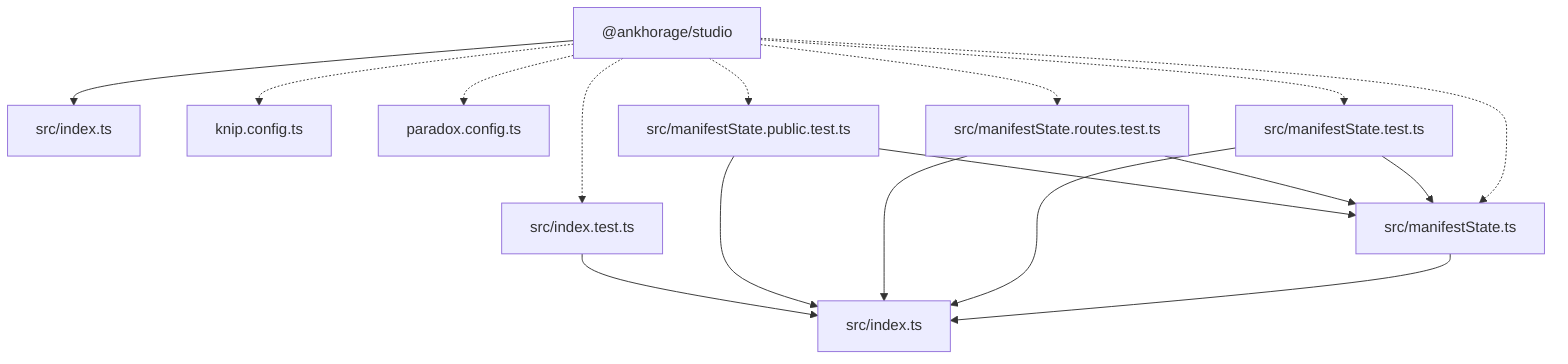
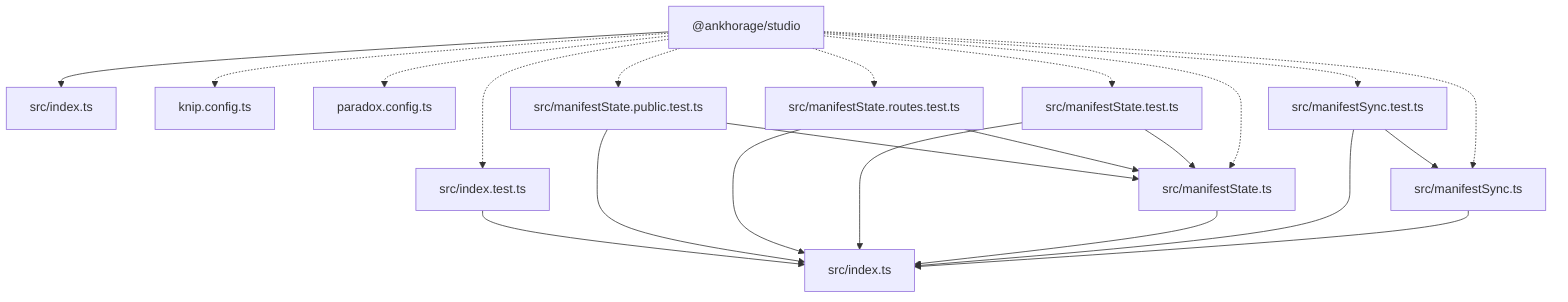
graph TD
  package__ankhorage_studio["@ankhorage/studio"]
  entrypoint_src_index_ts["src/index.ts"]
  package__ankhorage_studio --> entrypoint_src_index_ts
  module_knip_config_ts["knip.config.ts"]
  package__ankhorage_studio -.-> module_knip_config_ts
  module_paradox_config_ts["paradox.config.ts"]
  package__ankhorage_studio -.-> module_paradox_config_ts
  module_src_index_test_ts["src/index.test.ts"]
  package__ankhorage_studio -.-> module_src_index_test_ts
  module_src_index_test_ts --> module_src_index_ts
  module_src_index_ts["src/index.ts"]
  module_src_manifestState_public_test_ts["src/manifestState.public.test.ts"]
  package__ankhorage_studio -.-> module_src_manifestState_public_test_ts
  module_src_manifestState_public_test_ts --> module_src_index_ts
  module_src_manifestState_public_test_ts --> module_src_manifestState_ts
  module_src_manifestState_routes_test_ts["src/manifestState.routes.test.ts"]
  package__ankhorage_studio -.-> module_src_manifestState_routes_test_ts
  module_src_manifestState_routes_test_ts --> module_src_index_ts
  module_src_manifestState_routes_test_ts --> module_src_manifestState_ts
  module_src_manifestState_test_ts["src/manifestState.test.ts"]
  package__ankhorage_studio -.-> module_src_manifestState_test_ts
  module_src_manifestState_test_ts --> module_src_index_ts
  module_src_manifestState_test_ts --> module_src_manifestState_ts
  module_src_manifestState_ts["src/manifestState.ts"]
  package__ankhorage_studio -.-> module_src_manifestState_ts
  module_src_manifestState_ts --> module_src_index_ts
+   module_src_manifestSync_test_ts["src/manifestSync.test.ts"]
+   package__ankhorage_studio -.-> module_src_manifestSync_test_ts
+   module_src_manifestSync_test_ts --> module_src_index_ts
+   module_src_manifestSync_test_ts --> module_src_manifestSync_ts
+   module_src_manifestSync_ts["src/manifestSync.ts"]
+   package__ankhorage_studio -.-> module_src_manifestSync_ts
+   module_src_manifestSync_ts --> module_src_index_ts
